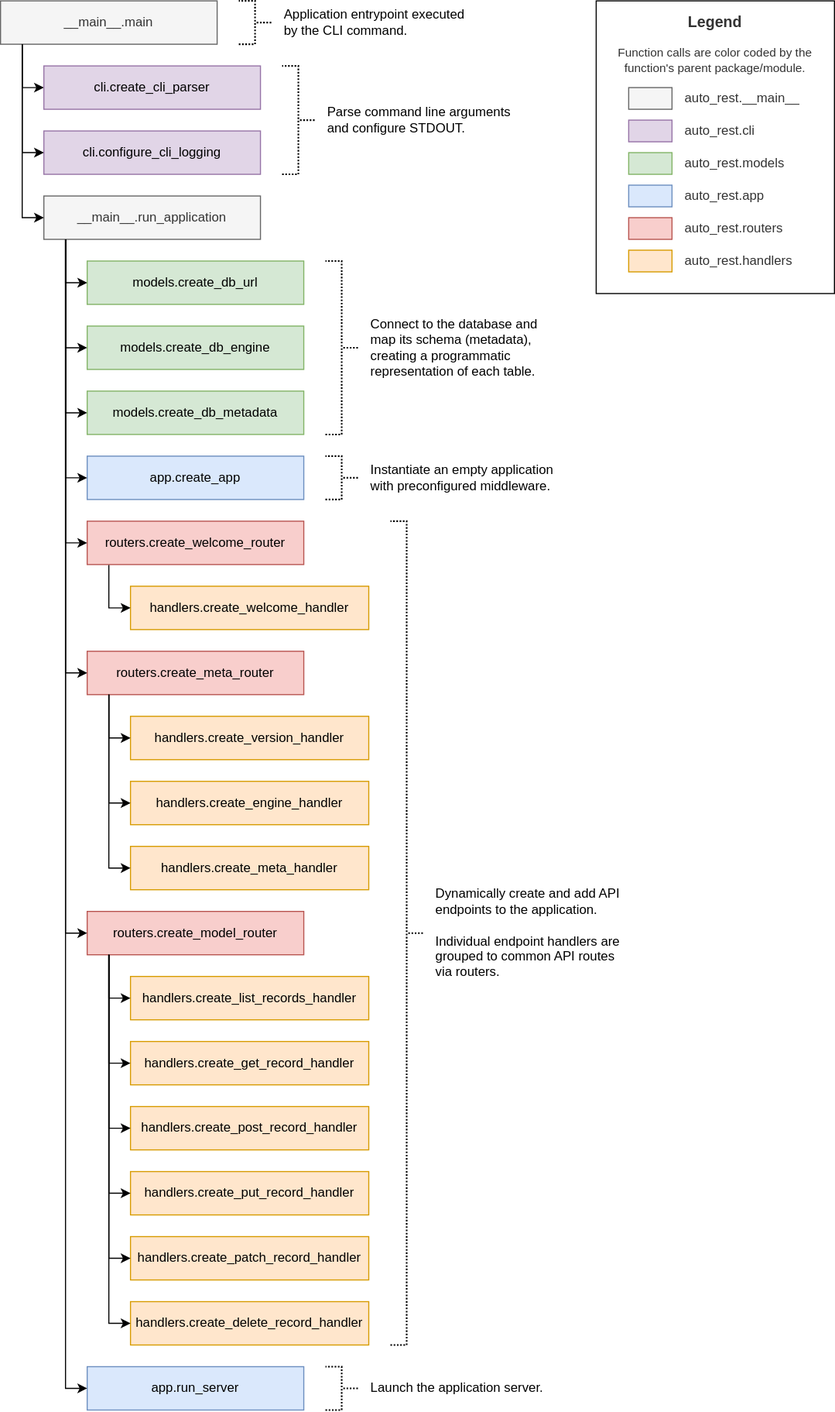
Earlier version of the draw.io export docs/_static/img/call_flow.svg (Better-HPC/auto-rest). Source tidied: cells renumbered, new cells last; positions are measured from the earlier drawing's top-left corner, leaving out a move shared by most shapes.
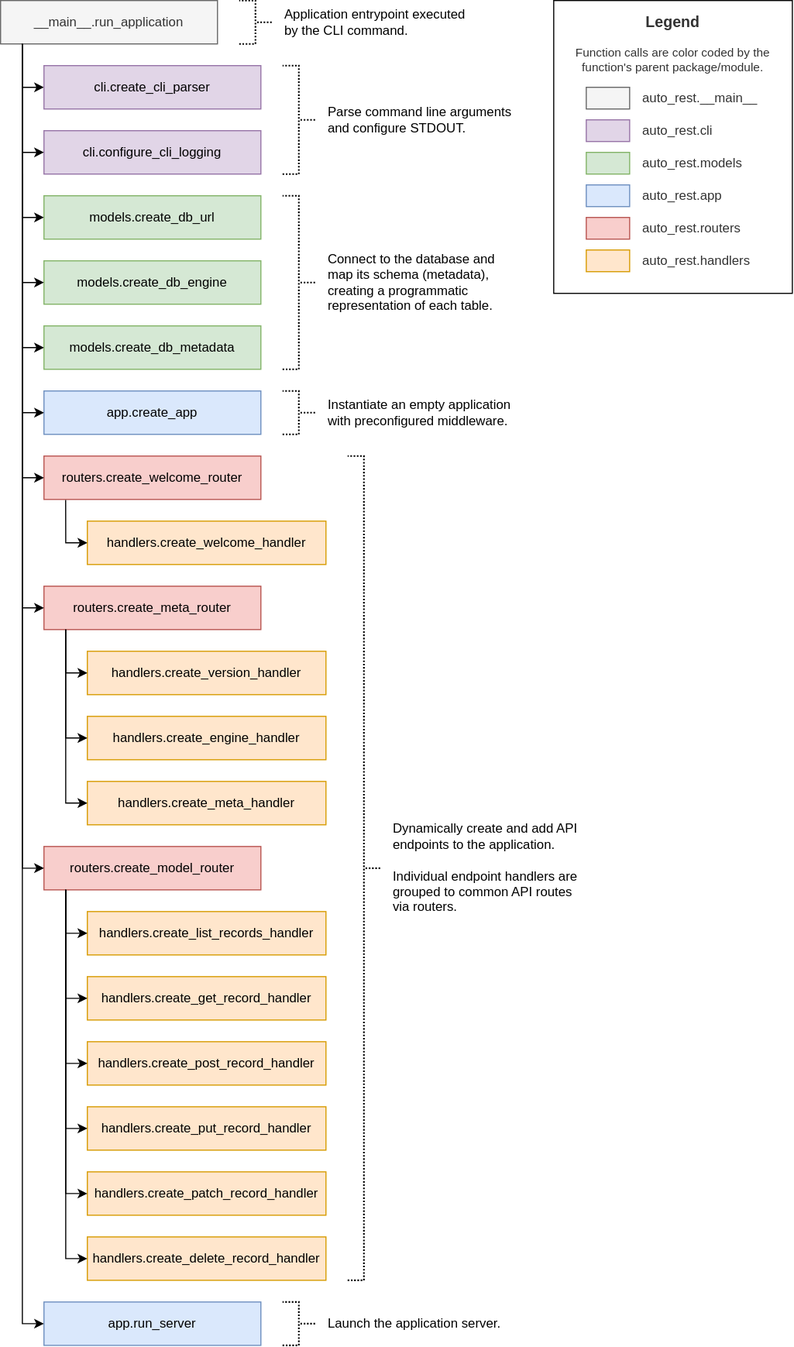
Later version of the same file.

Change to the diagram source:
```diff
@@ -4,32 +4,21 @@
     <mxCell id="1" parent="0" />
     <mxCell id="2" style="edgeStyle=orthogonalEdgeStyle;rounded=0;jettySize=auto;html=1;entryX=0;entryY=0.5;entryDx=0;entryDy=0;" parent="1" edge="1" target="6">
       <mxGeometry relative="1" as="geometry">
-        <mxPoint x="20" y="40" as="sourcePoint" />
+        <mxPoint x="60" y="100" as="sourcePoint" />
         <Array as="points">
-          <mxPoint x="20" y="80" />
+          <mxPoint x="60" y="140" />
         </Array>
       </mxGeometry>
     </mxCell>
-    <mxCell id="3" value="__main__.main" style="rounded=0;whiteSpace=wrap;html=1;fillColor=#f5f5f5;strokeColor=#666666;fontColor=#333333;" parent="1" vertex="1">
-      <mxGeometry width="200" height="40" as="geometry" />
-    </mxCell>
     <mxCell id="4" value="__main__.run_application" style="whiteSpace=wrap;html=1;rounded=0;fillColor=#f5f5f5;strokeColor=#666666;fontColor=#333333;" parent="1" vertex="1">
-      <mxGeometry x="40" y="180" width="200" height="40" as="geometry" />
+      <mxGeometry x="40" y="60" width="200" height="40" as="geometry" />
     </mxCell>
     <mxCell id="5" value="cli.configure_cli_logging" style="whiteSpace=wrap;html=1;rounded=0;fillColor=#e1d5e7;strokeColor=#9673a6;" parent="1" vertex="1">
-      <mxGeometry x="40" y="120" width="200" height="40" as="geometry" />
+      <mxGeometry x="80" y="180" width="200" height="40" as="geometry" />
     </mxCell>
     <mxCell id="6" value="cli.create_cli_parser" style="whiteSpace=wrap;html=1;rounded=0;fillColor=#e1d5e7;strokeColor=#9673a6;" parent="1" vertex="1">
-      <mxGeometry x="40" y="60" width="200" height="40" as="geometry" />
+      <mxGeometry x="80" y="120" width="200" height="40" as="geometry" />
     </mxCell>
-    <mxCell id="7" style="edgeStyle=orthogonalEdgeStyle;rounded=0;jettySize=auto;html=1;entryX=0;entryY=0.5;entryDx=0;entryDy=0;" parent="1" edge="1" target="4">
-      <mxGeometry relative="1" as="geometry">
-        <mxPoint x="20" y="40" as="sourcePoint" />
-        <Array as="points">
-          <mxPoint x="20" y="200" />
-        </Array>
-      </mxGeometry>
-    </mxCell>
     <mxCell id="8" value="models.create_db_engine" style="whiteSpace=wrap;html=1;rounded=0;fillColor=#d5e8d4;strokeColor=#82b366;" parent="1" vertex="1">
       <mxGeometry x="80" y="300" width="200" height="40" as="geometry" />
     </mxCell>
@@ -61,10 +50,10 @@
       <mxGeometry x="340" y="280" width="180" height="80" as="geometry" />
     </mxCell>
     <mxCell id="18" style="strokeWidth=1.5;html=1;shape=mxgraph.flowchart.annotation_2;align=left;labelPosition=right;rotation=-180;strokeColor=#000000;fontColor=#333333;dashed=1;dashPattern=1 1;" parent="1" vertex="1">
-      <mxGeometry x="260" y="60" width="30" height="100" as="geometry" />
+      <mxGeometry x="300" y="120" width="30" height="100" as="geometry" />
     </mxCell>
     <mxCell id="19" value="Parse command line arguments and configure STDOUT." style="text;html=1;align=left;verticalAlign=middle;whiteSpace=wrap;rounded=0;fontColor=#000000;" parent="1" vertex="1">
-      <mxGeometry x="300" y="80" width="180" height="60" as="geometry" />
+      <mxGeometry x="340" y="140" width="180" height="60" as="geometry" />
     </mxCell>
     <mxCell id="20" value="routers.create_welcome_router" style="whiteSpace=wrap;html=1;rounded=0;fillColor=#f8cecc;strokeColor=#b85450;" parent="1" vertex="1">
       <mxGeometry x="80" y="480" width="200" height="40" as="geometry" />
@@ -98,9 +87,9 @@
     </mxCell>
     <mxCell id="30" style="edgeStyle=orthogonalEdgeStyle;rounded=0;jettySize=auto;html=1;entryX=0;entryY=0.5;entryDx=0;entryDy=0;" parent="1" edge="1" target="5">
       <mxGeometry relative="1" as="geometry">
-        <mxPoint x="20" y="40" as="sourcePoint" />
+        <mxPoint x="60" y="100" as="sourcePoint" />
         <Array as="points">
-          <mxPoint x="20" y="140" />
+          <mxPoint x="60" y="200" />
         </Array>
       </mxGeometry>
     </mxCell>
@@ -111,10 +100,10 @@
       <mxGeometry relative="1" as="geometry" />
     </mxCell>
     <mxCell id="33" style="strokeWidth=1.5;html=1;shape=mxgraph.flowchart.annotation_2;align=left;labelPosition=right;rotation=-180;strokeColor=#000000;fontColor=#333333;dashed=1;dashPattern=1 1;" parent="1" vertex="1">
-      <mxGeometry x="220" width="30" height="40" as="geometry" />
+      <mxGeometry x="260" y="60" width="30" height="40" as="geometry" />
     </mxCell>
     <mxCell id="34" value="Application entrypoint executed by the CLI command." style="text;html=1;align=left;verticalAlign=middle;whiteSpace=wrap;rounded=0;fontColor=#000000;" parent="1" vertex="1">
-      <mxGeometry x="260" width="180" height="40" as="geometry" />
+      <mxGeometry x="300" y="60" width="180" height="40" as="geometry" />
     </mxCell>
     <mxCell id="35" value="routers.create_model_router" style="whiteSpace=wrap;html=1;rounded=0;fillColor=#f8cecc;strokeColor=#b85450;" parent="1" vertex="1">
       <mxGeometry x="80" y="840" width="200" height="40" as="geometry" />
@@ -144,46 +133,46 @@
       <mxGeometry x="340" y="1260" width="180" height="40" as="geometry" />
     </mxCell>
     <mxCell id="44" style="rounded=0;whiteSpace=wrap;html=1;" parent="1" vertex="1">
-      <mxGeometry x="550" width="220" height="270" as="geometry" />
+      <mxGeometry x="550" y="60" width="220" height="270" as="geometry" />
     </mxCell>
     <mxCell id="45" style="rounded=0;whiteSpace=wrap;html=1;fillColor=#f5f5f5;strokeColor=#666666;fontColor=#333333;" parent="1" vertex="1">
-      <mxGeometry x="580" y="80" width="40" height="20" as="geometry" />
+      <mxGeometry x="580" y="140" width="40" height="20" as="geometry" />
     </mxCell>
     <mxCell id="46" style="rounded=0;whiteSpace=wrap;html=1;fillColor=#e1d5e7;strokeColor=#9673a6;" parent="1" vertex="1">
-      <mxGeometry x="580" y="110" width="40" height="20" as="geometry" />
+      <mxGeometry x="580" y="170" width="40" height="20" as="geometry" />
     </mxCell>
     <mxCell id="47" style="rounded=0;whiteSpace=wrap;html=1;fillColor=#d5e8d4;strokeColor=#82b366;" parent="1" vertex="1">
-      <mxGeometry x="580" y="140" width="40" height="20" as="geometry" />
+      <mxGeometry x="580" y="200" width="40" height="20" as="geometry" />
     </mxCell>
     <mxCell id="48" style="rounded=0;whiteSpace=wrap;html=1;fillColor=#dae8fc;strokeColor=#6c8ebf;" parent="1" vertex="1">
-      <mxGeometry x="580" y="170" width="40" height="20" as="geometry" />
+      <mxGeometry x="580" y="230" width="40" height="20" as="geometry" />
     </mxCell>
     <mxCell id="49" value="auto_rest.__main__" style="text;html=1;align=left;verticalAlign=middle;whiteSpace=wrap;rounded=0;fontColor=#333333;" parent="1" vertex="1">
-      <mxGeometry x="630" y="80" width="120" height="20" as="geometry" />
+      <mxGeometry x="630" y="140" width="120" height="20" as="geometry" />
     </mxCell>
     <mxCell id="50" value="auto_rest.cli" style="text;html=1;align=left;verticalAlign=middle;whiteSpace=wrap;rounded=0;fontColor=#333333;" parent="1" vertex="1">
-      <mxGeometry x="630" y="110" width="120" height="20" as="geometry" />
+      <mxGeometry x="630" y="170" width="120" height="20" as="geometry" />
     </mxCell>
     <mxCell id="51" value="auto_rest.models" style="text;html=1;align=left;verticalAlign=middle;whiteSpace=wrap;rounded=0;fontColor=#333333;" parent="1" vertex="1">
-      <mxGeometry x="630" y="140" width="120" height="20" as="geometry" />
+      <mxGeometry x="630" y="200" width="120" height="20" as="geometry" />
     </mxCell>
     <mxCell id="52" value="auto_rest.app" style="text;html=1;align=left;verticalAlign=middle;whiteSpace=wrap;rounded=0;fontColor=#333333;" parent="1" vertex="1">
-      <mxGeometry x="630" y="170" width="120" height="20" as="geometry" />
+      <mxGeometry x="630" y="230" width="120" height="20" as="geometry" />
     </mxCell>
     <mxCell id="53" style="rounded=0;whiteSpace=wrap;html=1;fillColor=#f8cecc;strokeColor=#b85450;" parent="1" vertex="1">
-      <mxGeometry x="580" y="200" width="40" height="20" as="geometry" />
+      <mxGeometry x="580" y="260" width="40" height="20" as="geometry" />
     </mxCell>
     <mxCell id="54" value="auto_rest.routers" style="text;html=1;align=left;verticalAlign=middle;whiteSpace=wrap;rounded=0;fontColor=#333333;" parent="1" vertex="1">
-      <mxGeometry x="630" y="200" width="120" height="20" as="geometry" />
+      <mxGeometry x="630" y="260" width="120" height="20" as="geometry" />
     </mxCell>
     <mxCell id="55" style="rounded=0;whiteSpace=wrap;html=1;fillColor=#ffe6cc;strokeColor=#d79b00;" parent="1" vertex="1">
-      <mxGeometry x="580" y="230" width="40" height="20" as="geometry" />
+      <mxGeometry x="580" y="290" width="40" height="20" as="geometry" />
     </mxCell>
     <mxCell id="56" value="&lt;div&gt;auto_rest.handlers&lt;/div&gt;" style="text;html=1;align=left;verticalAlign=middle;whiteSpace=wrap;rounded=0;fontColor=#333333;" parent="1" vertex="1">
-      <mxGeometry x="630" y="230" width="120" height="20" as="geometry" />
+      <mxGeometry x="630" y="290" width="120" height="20" as="geometry" />
     </mxCell>
     <mxCell id="57" value="&lt;div align=&quot;center&quot;&gt;&lt;b&gt;Legend&lt;/b&gt;&lt;/div&gt;" style="text;html=1;align=center;verticalAlign=middle;whiteSpace=wrap;rounded=0;fontColor=#333333;fontSize=14;" parent="1" vertex="1">
-      <mxGeometry x="600" y="10" width="120" height="20" as="geometry" />
+      <mxGeometry x="600" y="70" width="120" height="20" as="geometry" />
     </mxCell>
     <mxCell id="58" style="edgeStyle=orthogonalEdgeStyle;rounded=0;jettySize=auto;html=1;entryX=0;entryY=0.5;entryDx=0;entryDy=0;exitX=0.1;exitY=1.003;exitDx=0;exitDy=0;exitPerimeter=0;" parent="1" edge="1" source="35" target="25">
       <mxGeometry relative="1" as="geometry" />
@@ -262,7 +251,7 @@
       </mxGeometry>
     </mxCell>
     <mxCell id="68" value="&lt;div align=&quot;center&quot;&gt;&lt;font&gt;Function calls are color coded by the function's parent package/module.&lt;/font&gt;&lt;/div&gt;" style="text;html=1;align=center;verticalAlign=middle;whiteSpace=wrap;rounded=0;fontColor=#333333;fontSize=11;" parent="1" vertex="1">
-      <mxGeometry x="560" y="40" width="200" height="30" as="geometry" />
+      <mxGeometry x="560" y="100" width="200" height="30" as="geometry" />
     </mxCell>
     <mxCell id="69" style="edgeStyle=orthogonalEdgeStyle;rounded=0;jettySize=auto;html=1;entryX=0;entryY=0.5;entryDx=0;entryDy=0;" parent="1" edge="1" target="23">
       <mxGeometry relative="1" as="geometry">
```
